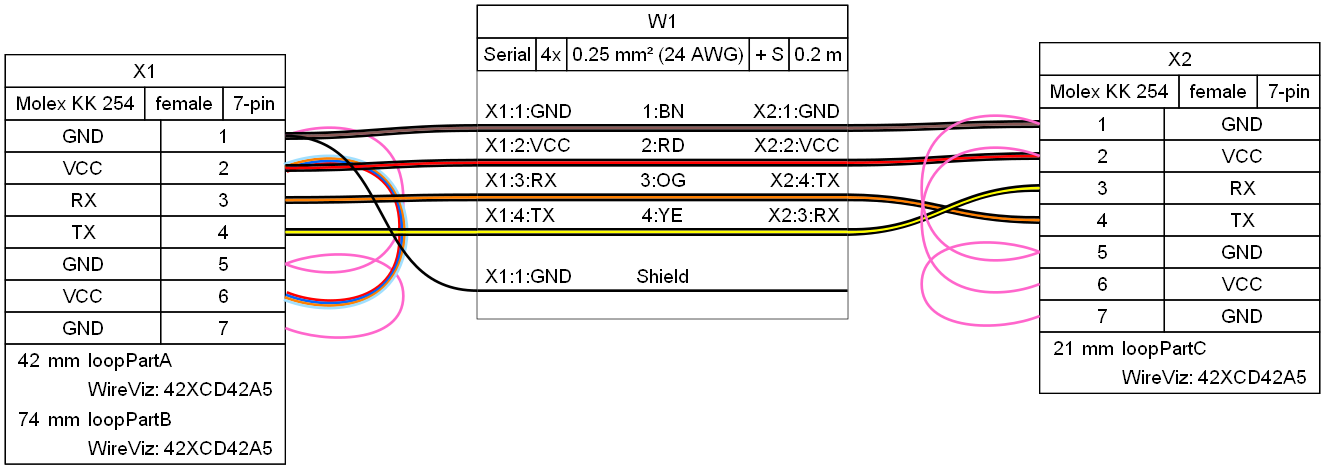
This is examples/ex16.png from wireviz/WireViz, a Graphviz export, as it was before one commit. Its source is kept beside it as examples/ex16.gv.
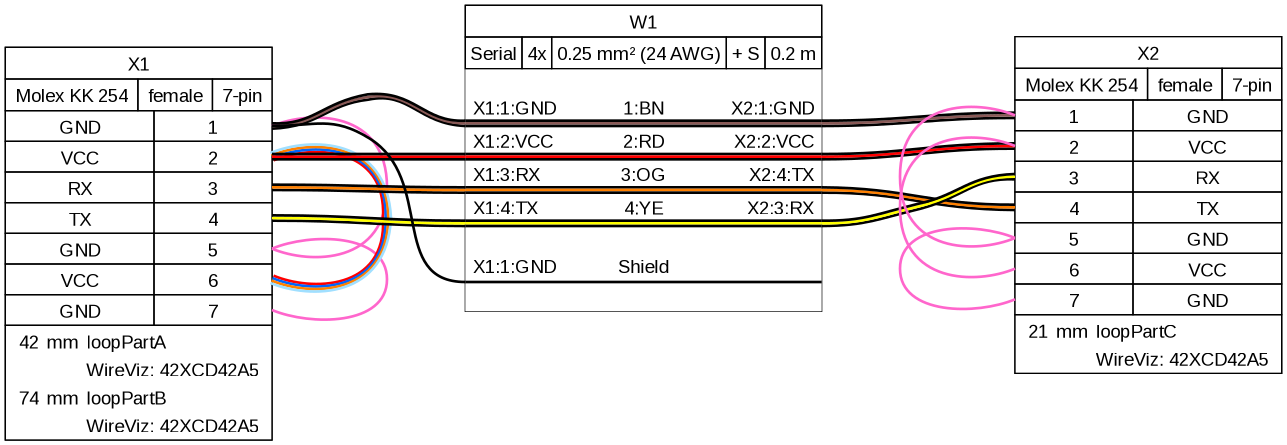
The same file after the commit.

Change to the diagram source:
```diff
@@ -29,37 +29,30 @@
    <table border="0" cellborder="1" cellpadding="3" cellspacing="0">
     <tr>
      <td>GND</td>
-     []
      <td port="p1r">1</td>
     </tr>
     <tr>
      <td>VCC</td>
-     []
      <td port="p2r">2</td>
     </tr>
     <tr>
      <td>RX</td>
-     []
      <td port="p3r">3</td>
     </tr>
     <tr>
      <td>TX</td>
-     []
      <td port="p4r">4</td>
     </tr>
     <tr>
      <td>GND</td>
-     []
      <td port="p5r">5</td>
     </tr>
     <tr>
      <td>VCC</td>
-     []
      <td port="p6r">6</td>
     </tr>
     <tr>
      <td>GND</td>
-     []
      <td port="p7r">7</td>
     </tr>
    </table>
@@ -129,37 +122,30 @@
     <tr>
      <td port="p1l">1</td>
      <td>GND</td>
-     []
     </tr>
     <tr>
      <td port="p2l">2</td>
      <td>VCC</td>
-     []
     </tr>
     <tr>
      <td port="p3l">3</td>
      <td>RX</td>
-     []
     </tr>
     <tr>
      <td port="p4l">4</td>
      <td>TX</td>
-     []
     </tr>
     <tr>
      <td port="p5l">5</td>
      <td>GND</td>
-     []
     </tr>
     <tr>
      <td port="p6l">6</td>
      <td>VCC</td>
-     []
     </tr>
     <tr>
      <td port="p7l">7</td>
      <td>GND</td>
-     []
     </tr>
    </table>
   </td>
@@ -226,19 +212,7 @@
      <td align="right">X2:1:GND </td>
     </tr>
     <tr>
-     <td border="0" cellspacing="0" cellpadding="0" colspan="5" height="6" port="w1">
-      <table border="0" cellborder="0" cellspacing="0">
-       <tr>
-        <td bgcolor="#FFFFFF" border="0" cellpadding="0" colspan="5" height="2"></td>
-       </tr>
-       <tr>
-        <td bgcolor="#FFFFFF" border="0" cellpadding="0" colspan="5" height="2"></td>
-       </tr>
-       <tr>
-        <td bgcolor="#FFFFFF" border="0" cellpadding="0" colspan="5" height="2"></td>
-       </tr>
-      </table>
-     </td>
+     <td border="0" cellspacing="0" cellpadding="0" colspan="5" height="6" port="w1"></td>
     </tr>
     <tr>
      <td align="left"> X1:2:VCC</td>
@@ -248,19 +222,7 @@
      <td align="right">X2:2:VCC </td>
     </tr>
     <tr>
-     <td border="0" cellspacing="0" cellpadding="0" colspan="5" height="6" port="w2">
-      <table border="0" cellborder="0" cellspacing="0">
-       <tr>
-        <td bgcolor="#FFFFFF" border="0" cellpadding="0" colspan="5" height="2"></td>
-       </tr>
-       <tr>
-        <td bgcolor="#FFFFFF" border="0" cellpadding="0" colspan="5" height="2"></td>
-       </tr>
-       <tr>
-        <td bgcolor="#FFFFFF" border="0" cellpadding="0" colspan="5" height="2"></td>
-       </tr>
-      </table>
-     </td>
+     <td border="0" cellspacing="0" cellpadding="0" colspan="5" height="6" port="w2"></td>
     </tr>
     <tr>
      <td align="left"> X1:3:RX</td>
@@ -270,19 +232,7 @@
      <td align="right">X2:4:TX </td>
     </tr>
     <tr>
-     <td border="0" cellspacing="0" cellpadding="0" colspan="5" height="6" port="w3">
-      <table border="0" cellborder="0" cellspacing="0">
-       <tr>
-        <td bgcolor="#FFFFFF" border="0" cellpadding="0" colspan="5" height="2"></td>
-       </tr>
-       <tr>
-        <td bgcolor="#FFFFFF" border="0" cellpadding="0" colspan="5" height="2"></td>
-       </tr>
-       <tr>
-        <td bgcolor="#FFFFFF" border="0" cellpadding="0" colspan="5" height="2"></td>
-       </tr>
-      </table>
-     </td>
+     <td border="0" cellspacing="0" cellpadding="0" colspan="5" height="6" port="w3"></td>
     </tr>
     <tr>
      <td align="left"> X1:4:TX</td>
@@ -292,19 +242,7 @@
      <td align="right">X2:3:RX </td>
     </tr>
     <tr>
-     <td border="0" cellspacing="0" cellpadding="0" colspan="5" height="6" port="w4">
-      <table border="0" cellborder="0" cellspacing="0">
-       <tr>
-        <td bgcolor="#FFFFFF" border="0" cellpadding="0" colspan="5" height="2"></td>
-       </tr>
-       <tr>
-        <td bgcolor="#FFFFFF" border="0" cellpadding="0" colspan="5" height="2"></td>
-       </tr>
-       <tr>
-        <td bgcolor="#FFFFFF" border="0" cellpadding="0" colspan="5" height="2"></td>
-       </tr>
-      </table>
-     </td>
+     <td border="0" cellspacing="0" cellpadding="0" colspan="5" height="6" port="w4"></td>
     </tr>
     <tr>
      <td>&nbsp;</td>
@@ -317,13 +255,7 @@
      <td align="right"> </td>
     </tr>
     <tr>
-     <td border="0" cellspacing="0" cellpadding="0" colspan="5" height="2" port="w5">
-      <table border="0" cellborder="0" cellspacing="0">
-       <tr>
-        <td bgcolor="#FFFFFF" border="0" cellpadding="0" colspan="5" height="2"></td>
-       </tr>
-      </table>
-     </td>
+     <td border="0" cellspacing="0" cellpadding="0" colspan="5" height="6" port="w5"></td>
     </tr>
     <tr>
      <td>&nbsp;</td>
```
